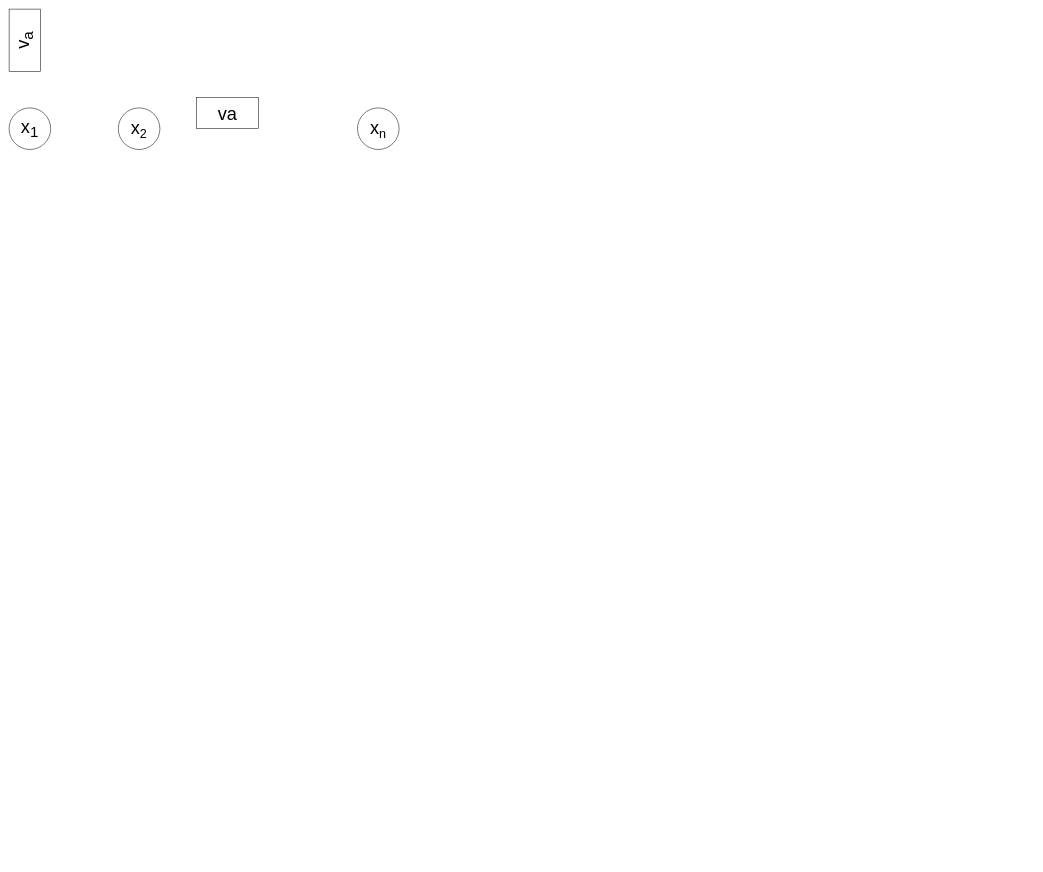
Before: Untitled Diagram.drawio in LittleArden/PyTorch, a draw.io diagram. Source tidied: cells renumbered, new cells numbered last; positions are measured from the earlier drawing's top-left corner, leaving out a move shared by most shapes. Both pictures are drawn from the tidied source at 52%, with x=0, y=0 at pixel (-7, 24).
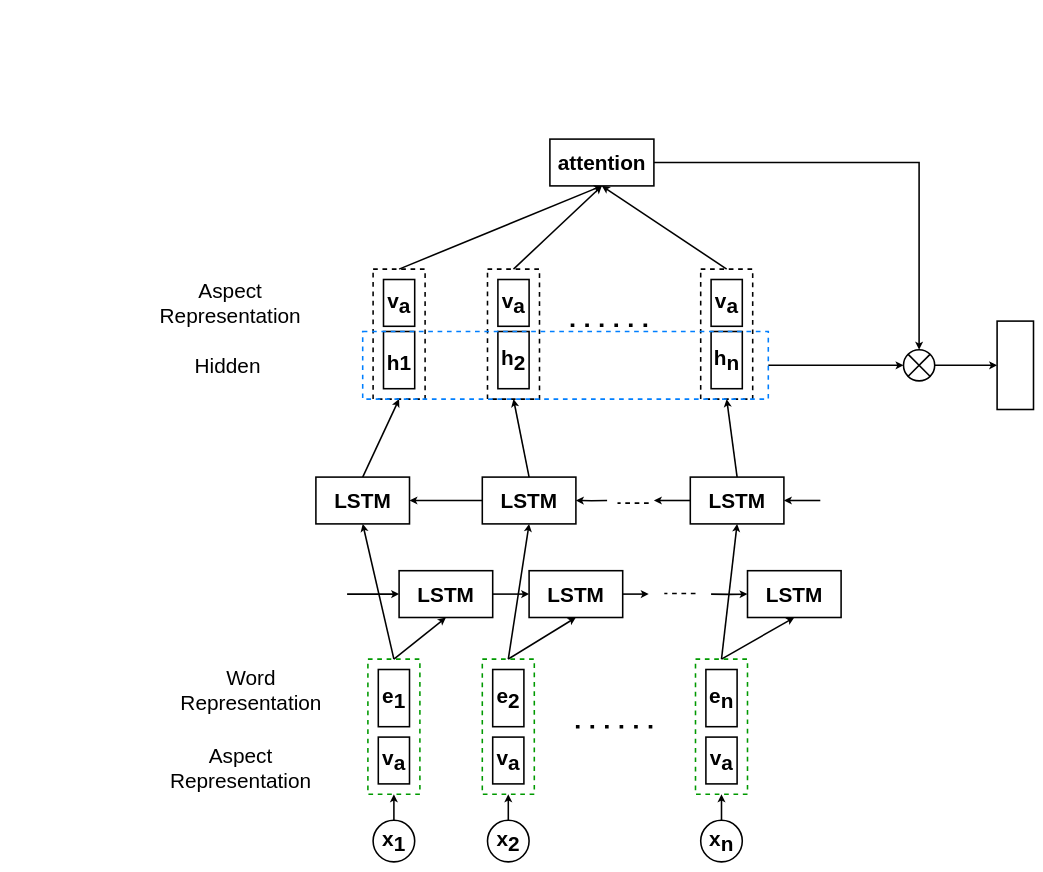
Above is the later version.

Change to the diagram source:
```diff
@@
+    <mxCell id="7" style="edgeStyle=none;rounded=0;jettySize=auto;html=1;exitX=0.5;exitY=0;exitDx=0;exitDy=0;entryX=0.5;entryY=1;entryDx=0;entryDy=0;fontSize=40;strokeWidth=3;" parent="1" edge="1" source="2" target="41">
+      <mxGeometry relative="1" as="geometry" />
+    </mxCell>
-    <mxCell id="2" value="x&lt;sub&gt;1&lt;/sub&gt;" style="ellipse;whiteSpace=wrap;html=1;fontSize=35;" parent="1" vertex="1">
-      <mxGeometry x="30" y="160" width="80" height="80" as="geometry" />
+    <mxCell id="2" value="x&lt;sub style=&quot;font-size: 40px;&quot;&gt;1&lt;/sub&gt;" style="ellipse;whiteSpace=wrap;html=1;fontSize=40;fontStyle=1;strokeWidth=3;" parent="1" vertex="1">
+      <mxGeometry x="730" y="1530" width="80" height="80" as="geometry" />
     </mxCell>
+    <mxCell id="8" style="edgeStyle=none;rounded=0;jettySize=auto;html=1;exitX=0.5;exitY=0;exitDx=0;exitDy=0;entryX=0.5;entryY=1;entryDx=0;entryDy=0;fontSize=40;strokeWidth=3;" parent="1" edge="1" source="3" target="44">
+      <mxGeometry relative="1" as="geometry" />
+    </mxCell>
-    <mxCell id="3" value="x&lt;span style=&quot;font-size: 29.1667px&quot;&gt;&lt;sub&gt;2&lt;/sub&gt;&lt;/span&gt;" style="ellipse;whiteSpace=wrap;html=1;fontSize=35;" parent="1" vertex="1">
-      <mxGeometry x="240" y="160" width="80" height="80" as="geometry" />
+    <mxCell id="3" value="x&lt;span style=&quot;font-size: 40px;&quot;&gt;&lt;sub style=&quot;font-size: 40px;&quot;&gt;2&lt;/sub&gt;&lt;/span&gt;" style="ellipse;whiteSpace=wrap;html=1;fontSize=40;fontStyle=1;strokeWidth=3;" parent="1" vertex="1">
+      <mxGeometry x="950" y="1530" width="80" height="80" as="geometry" />
     </mxCell>
+    <mxCell id="9" style="edgeStyle=none;rounded=0;jettySize=auto;html=1;exitX=0.5;exitY=0;exitDx=0;exitDy=0;entryX=0.5;entryY=1;entryDx=0;entryDy=0;fontSize=40;strokeWidth=3;" parent="1" edge="1" source="4" target="47">
+      <mxGeometry relative="1" as="geometry" />
+    </mxCell>
-    <mxCell id="4" value="x&lt;span style=&quot;font-size: 29.1667px&quot;&gt;&lt;sub&gt;n&lt;/sub&gt;&lt;/span&gt;" style="ellipse;whiteSpace=wrap;html=1;fontSize=35;" parent="1" vertex="1">
-      <mxGeometry x="700" y="160" width="80" height="80" as="geometry" />
+    <mxCell id="4" value="x&lt;span style=&quot;font-size: 40px;&quot;&gt;&lt;sub style=&quot;font-size: 40px;&quot;&gt;n&lt;/sub&gt;&lt;/span&gt;" style="ellipse;whiteSpace=wrap;html=1;fontSize=40;fontStyle=1;strokeWidth=3;" parent="1" vertex="1">
+      <mxGeometry x="1360" y="1530" width="80" height="80" as="geometry" />
     </mxCell>
-    <mxCell id="5" value="v&lt;sub&gt;a&lt;/sub&gt;" style="rounded=0;whiteSpace=wrap;html=1;fontSize=35;rotation=-90;" parent="1" vertex="1">
-      <mxGeometry width="120" height="60" as="geometry" />
+    <mxCell id="5" value="v&lt;sub style=&quot;font-size: 40px;&quot;&gt;a&lt;/sub&gt;" style="rounded=0;whiteSpace=wrap;html=1;fontSize=40;rotation=0;fontStyle=1;strokeWidth=3;" parent="1" vertex="1">
+      <mxGeometry x="740" y="1370" width="60" height="90" as="geometry" />
     </mxCell>
-    <mxCell id="6" value="va" style="rounded=0;whiteSpace=wrap;html=1;fontSize=35;" parent="1" vertex="1">
-      <mxGeometry x="390" y="140" width="120" height="60" as="geometry" />
-    </mxCell>
+    <mxCell id="10" value="v&lt;sub style=&quot;font-size: 40px;&quot;&gt;a&lt;/sub&gt;" style="rounded=0;whiteSpace=wrap;html=1;fontSize=40;rotation=0;fontStyle=1;strokeWidth=3;" parent="1" vertex="1">
+      <mxGeometry x="1370" y="1370" width="60" height="90" as="geometry" />
+    </mxCell>
+    <mxCell id="11" value="v&lt;sub style=&quot;font-size: 40px;&quot;&gt;a&lt;/sub&gt;" style="rounded=0;whiteSpace=wrap;html=1;fontSize=40;rotation=0;fontStyle=1;strokeWidth=3;" parent="1" vertex="1">
+      <mxGeometry x="960" y="1370" width="60" height="90" as="geometry" />
+    </mxCell>
+    <mxCell id="12" value="e&lt;sub style=&quot;font-size: 40px;&quot;&gt;2&lt;/sub&gt;" style="rounded=0;whiteSpace=wrap;html=1;fontSize=40;fontStyle=1;strokeWidth=3;" parent="1" vertex="1">
+      <mxGeometry x="960" y="1240" width="60" height="110" as="geometry" />
+    </mxCell>
+    <mxCell id="13" value="e&lt;sub style=&quot;font-size: 40px;&quot;&gt;1&lt;/sub&gt;" style="rounded=0;whiteSpace=wrap;html=1;fontSize=40;fontStyle=1;strokeWidth=3;" parent="1" vertex="1">
+      <mxGeometry x="740" y="1240" width="60" height="110" as="geometry" />
+    </mxCell>
+    <mxCell id="14" value="e&lt;sub style=&quot;font-size: 40px;&quot;&gt;n&lt;/sub&gt;" style="rounded=0;whiteSpace=wrap;html=1;fontSize=40;fontStyle=1;strokeWidth=3;" parent="1" vertex="1">
+      <mxGeometry x="1370" y="1240" width="60" height="110" as="geometry" />
+    </mxCell>
+    <mxCell id="15" style="edgeStyle=orthogonalEdgeStyle;rounded=0;jettySize=auto;html=1;exitX=1;exitY=0.5;exitDx=0;exitDy=0;entryX=0;entryY=0.5;entryDx=0;entryDy=0;fontSize=40;strokeWidth=3;" parent="1" edge="1" source="16" target="18">
+      <mxGeometry relative="1" as="geometry" />
+    </mxCell>
+    <mxCell id="16" value="LSTM" style="rounded=0;whiteSpace=wrap;html=1;fontSize=40;fontStyle=1;strokeWidth=3;" parent="1" vertex="1">
+      <mxGeometry x="780" y="1050" width="180" height="90" as="geometry" />
+    </mxCell>
+    <mxCell id="17" style="edgeStyle=orthogonalEdgeStyle;rounded=0;jettySize=auto;html=1;entryX=0;entryY=0.5;entryDx=0;entryDy=0;fontSize=40;strokeWidth=3;" parent="1" edge="1" target="19">
+      <mxGeometry relative="1" as="geometry">
+        <mxPoint x="1380" y="1095" as="sourcePoint" />
+      </mxGeometry>
+    </mxCell>
+    <mxCell id="18" value="LSTM" style="rounded=0;whiteSpace=wrap;html=1;fontSize=40;fontStyle=1;strokeWidth=3;" parent="1" vertex="1">
+      <mxGeometry x="1030" y="1050" width="180" height="90" as="geometry" />
+    </mxCell>
+    <mxCell id="19" value="LSTM" style="rounded=0;whiteSpace=wrap;html=1;fontSize=40;fontStyle=1;strokeWidth=3;" parent="1" vertex="1">
+      <mxGeometry x="1450" y="1050" width="180" height="90" as="geometry" />
+    </mxCell>
+    <mxCell id="20" style="edgeStyle=none;rounded=0;jettySize=auto;html=1;exitX=0.5;exitY=0;exitDx=0;exitDy=0;entryX=0.5;entryY=1;entryDx=0;entryDy=0;fontSize=40;strokeWidth=3;" parent="1" edge="1" source="21" target="51">
+      <mxGeometry relative="1" as="geometry" />
+    </mxCell>
+    <mxCell id="21" value="LSTM" style="rounded=0;whiteSpace=wrap;html=1;fontSize=40;fontStyle=1;strokeWidth=3;" parent="1" vertex="1">
+      <mxGeometry x="620" y="870" width="180" height="90" as="geometry" />
+    </mxCell>
+    <mxCell id="22" style="edgeStyle=orthogonalEdgeStyle;rounded=0;jettySize=auto;html=1;entryX=1;entryY=0.5;entryDx=0;entryDy=0;fontSize=40;exitX=0;exitY=0.5;exitDx=0;exitDy=0;strokeWidth=3;" parent="1" edge="1" source="24" target="21">
+      <mxGeometry relative="1" as="geometry" />
+    </mxCell>
+    <mxCell id="23" style="edgeStyle=none;rounded=0;jettySize=auto;html=1;exitX=0.5;exitY=0;exitDx=0;exitDy=0;entryX=0.5;entryY=1;entryDx=0;entryDy=0;fontSize=40;strokeWidth=3;" parent="1" edge="1" source="24" target="53">
+      <mxGeometry relative="1" as="geometry" />
+    </mxCell>
+    <mxCell id="24" value="LSTM" style="rounded=0;whiteSpace=wrap;html=1;fontSize=40;fontStyle=1;strokeWidth=3;" parent="1" vertex="1">
+      <mxGeometry x="940" y="870" width="180" height="90" as="geometry" />
+    </mxCell>
+    <mxCell id="25" style="edgeStyle=orthogonalEdgeStyle;rounded=0;jettySize=auto;html=1;entryX=1;entryY=0.5;entryDx=0;entryDy=0;fontSize=40;strokeWidth=3;" parent="1" edge="1" target="24">
+      <mxGeometry relative="1" as="geometry">
+        <mxPoint x="1180" y="915" as="sourcePoint" />
+      </mxGeometry>
+    </mxCell>
+    <mxCell id="26" style="edgeStyle=none;rounded=0;jettySize=auto;html=1;exitX=0.5;exitY=0;exitDx=0;exitDy=0;entryX=0.5;entryY=1;entryDx=0;entryDy=0;fontSize=40;strokeWidth=3;" parent="1" edge="1" source="27" target="55">
+      <mxGeometry relative="1" as="geometry" />
+    </mxCell>
+    <mxCell id="27" value="LSTM" style="rounded=0;whiteSpace=wrap;html=1;fontSize=40;fontStyle=1;strokeWidth=3;" parent="1" vertex="1">
+      <mxGeometry x="1340" y="870" width="180" height="90" as="geometry" />
+    </mxCell>
+    <mxCell id="28" value="v&lt;sub style=&quot;font-size: 40px;&quot;&gt;a&lt;/sub&gt;" style="rounded=0;whiteSpace=wrap;html=1;fontSize=40;rotation=0;fontStyle=1;strokeWidth=3;" parent="1" vertex="1">
+      <mxGeometry x="750" y="490" width="60" height="90" as="geometry" />
+    </mxCell>
+    <mxCell id="29" value="v&lt;sub style=&quot;font-size: 40px;&quot;&gt;a&lt;/sub&gt;" style="rounded=0;whiteSpace=wrap;html=1;fontSize=40;rotation=0;fontStyle=1;strokeWidth=3;" parent="1" vertex="1">
+      <mxGeometry x="1380" y="490" width="60" height="90" as="geometry" />
+    </mxCell>
+    <mxCell id="30" value="v&lt;sub style=&quot;font-size: 40px;&quot;&gt;a&lt;/sub&gt;" style="rounded=0;whiteSpace=wrap;html=1;fontSize=40;rotation=0;fontStyle=1;strokeWidth=3;" parent="1" vertex="1">
+      <mxGeometry x="970" y="490" width="60" height="90" as="geometry" />
+    </mxCell>
+    <mxCell id="31" value="h&lt;sub style=&quot;font-size: 40px;&quot;&gt;2&lt;/sub&gt;" style="rounded=0;whiteSpace=wrap;html=1;fontSize=40;fontStyle=1;strokeWidth=3;" parent="1" vertex="1">
+      <mxGeometry x="970" y="590" width="60" height="110" as="geometry" />
+    </mxCell>
+    <mxCell id="32" value="&lt;sub style=&quot;font-size: 40px;&quot;&gt;&lt;span style=&quot;font-size: 40px;&quot;&gt;h&lt;/span&gt;1&lt;/sub&gt;" style="rounded=0;whiteSpace=wrap;html=1;fontSize=40;fontStyle=1;strokeWidth=3;" parent="1" vertex="1">
+      <mxGeometry x="750" y="590" width="60" height="110" as="geometry" />
+    </mxCell>
+    <mxCell id="33" value="h&lt;sub style=&quot;font-size: 40px;&quot;&gt;n&lt;/sub&gt;" style="rounded=0;whiteSpace=wrap;html=1;fontSize=40;fontStyle=1;strokeWidth=3;" parent="1" vertex="1">
+      <mxGeometry x="1380" y="590" width="60" height="110" as="geometry" />
+    </mxCell>
+    <mxCell id="34" style="edgeStyle=orthogonalEdgeStyle;rounded=0;jettySize=auto;html=1;exitX=1;exitY=0.5;exitDx=0;exitDy=0;entryX=0.5;entryY=0;entryDx=0;entryDy=0;entryPerimeter=0;fontSize=40;strokeWidth=3;" parent="1" edge="1" source="35" target="37">
+      <mxGeometry relative="1" as="geometry" />
+    </mxCell>
+    <mxCell id="35" value="&lt;font style=&quot;font-size: 40px;&quot;&gt;attention&lt;/font&gt;" style="rounded=0;whiteSpace=wrap;html=1;fontSize=40;fontStyle=1;strokeWidth=3;" parent="1" vertex="1">
+      <mxGeometry x="1070" y="220" width="200" height="90" as="geometry" />
+    </mxCell>
+    <mxCell id="36" style="edgeStyle=none;rounded=0;jettySize=auto;html=1;exitX=1;exitY=0.5;exitDx=0;exitDy=0;exitPerimeter=0;fontSize=40;strokeWidth=3;" parent="1" edge="1" source="37" target="38">
+      <mxGeometry relative="1" as="geometry" />
+    </mxCell>
+    <mxCell id="37" style="verticalLabelPosition=bottom;verticalAlign=top;html=1;shape=mxgraph.flowchart.or;fontSize=40;strokeWidth=3;" parent="1" vertex="1">
+      <mxGeometry x="1750" y="625" width="60" height="60" as="geometry" />
+    </mxCell>
+    <mxCell id="38" style="rounded=0;whiteSpace=wrap;html=1;fontSize=40;strokeWidth=3;" parent="1" vertex="1">
+      <mxGeometry x="1930" y="570" width="70" height="170" as="geometry" />
+    </mxCell>
+    <mxCell id="39" style="rounded=0;jettySize=auto;html=1;exitX=0.5;exitY=0;exitDx=0;exitDy=0;entryX=0.5;entryY=1;entryDx=0;entryDy=0;fontSize=40;strokeWidth=3;" parent="1" edge="1" source="41" target="16">
+      <mxGeometry relative="1" as="geometry" />
+    </mxCell>
+    <mxCell id="40" style="rounded=0;jettySize=auto;html=1;exitX=0.5;exitY=0;exitDx=0;exitDy=0;entryX=0.5;entryY=1;entryDx=0;entryDy=0;fontSize=40;strokeWidth=3;" parent="1" edge="1" source="41" target="21">
+      <mxGeometry relative="1" as="geometry" />
+    </mxCell>
+    <mxCell id="41" style="rounded=0;whiteSpace=wrap;html=1;fontSize=40;textOpacity=0;fillColor=none;dashed=1;strokeWidth=3;strokeColor=#009900;" parent="1" vertex="1">
+      <mxGeometry x="720" y="1220" width="100" height="260" as="geometry" />
+    </mxCell>
+    <mxCell id="42" style="rounded=0;jettySize=auto;html=1;exitX=0.5;exitY=0;exitDx=0;exitDy=0;entryX=0.5;entryY=1;entryDx=0;entryDy=0;fontSize=40;strokeWidth=3;" parent="1" edge="1" source="44" target="18">
+      <mxGeometry relative="1" as="geometry" />
+    </mxCell>
+    <mxCell id="43" style="rounded=0;jettySize=auto;html=1;exitX=0.5;exitY=0;exitDx=0;exitDy=0;entryX=0.5;entryY=1;entryDx=0;entryDy=0;fontSize=40;strokeWidth=3;" parent="1" edge="1" source="44" target="24">
+      <mxGeometry relative="1" as="geometry" />
+    </mxCell>
+    <mxCell id="44" style="rounded=0;whiteSpace=wrap;html=1;fontSize=40;textOpacity=0;fillColor=none;dashed=1;strokeWidth=3;strokeColor=#009900;" parent="1" vertex="1">
+      <mxGeometry x="940" y="1220" width="100" height="260" as="geometry" />
+    </mxCell>
+    <mxCell id="45" style="rounded=0;jettySize=auto;html=1;exitX=0.5;exitY=0;exitDx=0;exitDy=0;entryX=0.5;entryY=1;entryDx=0;entryDy=0;fontSize=40;strokeWidth=3;" parent="1" edge="1" source="47" target="19">
+      <mxGeometry relative="1" as="geometry" />
+    </mxCell>
+    <mxCell id="46" style="rounded=0;jettySize=auto;html=1;exitX=0.5;exitY=0;exitDx=0;exitDy=0;entryX=0.5;entryY=1;entryDx=0;entryDy=0;fontSize=40;strokeWidth=3;" parent="1" edge="1" source="47" target="27">
+      <mxGeometry relative="1" as="geometry" />
+    </mxCell>
+    <mxCell id="47" style="rounded=0;whiteSpace=wrap;html=1;fontSize=40;textOpacity=0;fillColor=none;dashed=1;strokeWidth=3;strokeColor=#009900;" parent="1" vertex="1">
+      <mxGeometry x="1350" y="1220" width="100" height="260" as="geometry" />
+    </mxCell>
+    <mxCell id="48" style="endArrow=classic;html=1;fontSize=40;entryX=1;entryY=0.5;entryDx=0;entryDy=0;strokeWidth=3;" parent="1" edge="1" target="27">
+      <mxGeometry relative="1" as="geometry">
+        <mxPoint x="1590" y="915" as="sourcePoint" />
+      </mxGeometry>
+    </mxCell>
+    <mxCell id="49" style="endArrow=classic;html=1;fontSize=40;entryX=0;entryY=0.5;entryDx=0;entryDy=0;strokeWidth=3;" parent="1" edge="1" target="16">
+      <mxGeometry relative="1" as="geometry">
+        <mxPoint x="680" y="1095" as="sourcePoint" />
+      </mxGeometry>
+    </mxCell>
+    <mxCell id="50" style="edgeStyle=none;rounded=0;jettySize=auto;html=1;exitX=0.5;exitY=0;exitDx=0;exitDy=0;entryX=0.5;entryY=1;entryDx=0;entryDy=0;fontSize=40;strokeWidth=3;" parent="1" edge="1" source="51" target="35">
+      <mxGeometry relative="1" as="geometry" />
+    </mxCell>
+    <mxCell id="51" style="rounded=0;whiteSpace=wrap;html=1;dashed=1;fontSize=40;strokeWidth=3;fillColor=none;" parent="1" vertex="1">
+      <mxGeometry x="730" y="470" width="100" height="250" as="geometry" />
+    </mxCell>
+    <mxCell id="52" style="edgeStyle=none;rounded=0;jettySize=auto;html=1;exitX=0.5;exitY=0;exitDx=0;exitDy=0;fontSize=40;strokeWidth=3;" parent="1" edge="1" source="53">
+      <mxGeometry relative="1" as="geometry">
+        <mxPoint x="1170" y="310" as="targetPoint" />
+      </mxGeometry>
+    </mxCell>
+    <mxCell id="53" style="rounded=0;whiteSpace=wrap;html=1;dashed=1;fontSize=40;strokeWidth=3;fillColor=none;" parent="1" vertex="1">
+      <mxGeometry x="950" y="470" width="100" height="250" as="geometry" />
+    </mxCell>
+    <mxCell id="54" style="edgeStyle=none;rounded=0;jettySize=auto;html=1;exitX=0.5;exitY=0;exitDx=0;exitDy=0;fontSize=40;strokeWidth=3;" parent="1" edge="1" source="55">
+      <mxGeometry relative="1" as="geometry">
+        <mxPoint x="1170" y="310" as="targetPoint" />
+      </mxGeometry>
+    </mxCell>
+    <mxCell id="55" style="rounded=0;whiteSpace=wrap;html=1;dashed=1;fontSize=40;strokeWidth=3;fillColor=none;" parent="1" vertex="1">
+      <mxGeometry x="1360" y="470" width="100" height="250" as="geometry" />
+    </mxCell>
+    <mxCell id="56" style="edgeStyle=orthogonalEdgeStyle;rounded=0;jettySize=auto;html=1;exitX=1;exitY=0.5;exitDx=0;exitDy=0;entryX=0;entryY=0.5;entryDx=0;entryDy=0;entryPerimeter=0;fontSize=40;strokeWidth=3;" parent="1" edge="1" source="57" target="37">
+      <mxGeometry relative="1" as="geometry" />
+    </mxCell>
+    <mxCell id="57" style="rounded=0;whiteSpace=wrap;html=1;dashed=1;fontSize=40;strokeWidth=3;fillColor=none;strokeColor=#007FFF;" parent="1" vertex="1">
+      <mxGeometry x="710" y="590" width="780" height="130" as="geometry" />
+    </mxCell>
+    <mxCell id="58" style="endArrow=classic;html=1;fontSize=40;exitX=0;exitY=0.5;exitDx=0;exitDy=0;strokeWidth=3;" parent="1" edge="1" source="27">
+      <mxGeometry relative="1" as="geometry">
+        <mxPoint x="1270" y="915" as="targetPoint" />
+      </mxGeometry>
+    </mxCell>
+    <mxCell id="59" style="endArrow=none;dashed=1;html=1;fontSize=40;strokeWidth=3;" parent="1" edge="1">
+      <mxGeometry relative="1" as="geometry">
+        <mxPoint x="1260" y="920" as="sourcePoint" />
+        <mxPoint x="1200" y="920" as="targetPoint" />
+      </mxGeometry>
+    </mxCell>
+    <mxCell id="60" style="endArrow=none;dashed=1;html=1;fontSize=40;strokeWidth=3;" parent="1" edge="1">
+      <mxGeometry relative="1" as="geometry">
+        <mxPoint x="1350" y="1094" as="sourcePoint" />
+        <mxPoint x="1290" y="1094" as="targetPoint" />
+      </mxGeometry>
+    </mxCell>
+    <mxCell id="61" style="endArrow=classic;html=1;fontSize=40;strokeWidth=3;exitX=1;exitY=0.5;exitDx=0;exitDy=0;" parent="1" edge="1" source="18">
+      <mxGeometry relative="1" as="geometry">
+        <mxPoint x="1260" y="1095" as="targetPoint" />
+      </mxGeometry>
+    </mxCell>
+    <mxCell id="62" style="endArrow=none;dashed=1;html=1;dashPattern=1 3;strokeWidth=7;fontSize=40;" parent="1" edge="1">
+      <mxGeometry relative="1" as="geometry">
+        <mxPoint x="1120" y="1350" as="sourcePoint" />
+        <mxPoint x="1280" y="1350" as="targetPoint" />
+      </mxGeometry>
+    </mxCell>
+    <mxCell id="63" style="endArrow=none;dashed=1;html=1;dashPattern=1 3;strokeWidth=7;fontSize=40;" parent="1" edge="1">
+      <mxGeometry relative="1" as="geometry">
+        <mxPoint x="1110" y="578" as="sourcePoint" />
+        <mxPoint x="1270" y="578" as="targetPoint" />
+      </mxGeometry>
+    </mxCell>
+    <mxCell id="64" value="Hidden" style="text;html=1;align=center;verticalAlign=middle;strokeColor=none;fontSize=40;" parent="1" vertex="1">
+      <mxGeometry x="380" y="630" width="140" height="50" as="geometry" />
+    </mxCell>
+    <mxCell id="65" value="Aspect&lt;br&gt;Representation" style="text;html=1;align=center;verticalAlign=middle;strokeColor=none;fontSize=40;" parent="1" vertex="1">
+      <mxGeometry x="310" y="485" width="290" height="100" as="geometry" />
+    </mxCell>
+    <mxCell id="66" value="Aspect&lt;br&gt;Representation" style="text;html=1;align=center;verticalAlign=middle;strokeColor=none;fontSize=40;" parent="1" vertex="1">
+      <mxGeometry x="330" y="1380" width="290" height="100" as="geometry" />
+    </mxCell>
+    <mxCell id="67" value="Word&lt;br&gt;Representation" style="text;html=1;align=center;verticalAlign=middle;strokeColor=none;fontSize=40;" parent="1" vertex="1">
+      <mxGeometry x="350" y="1230" width="290" height="100" as="geometry" />
+    </mxCell>
```
